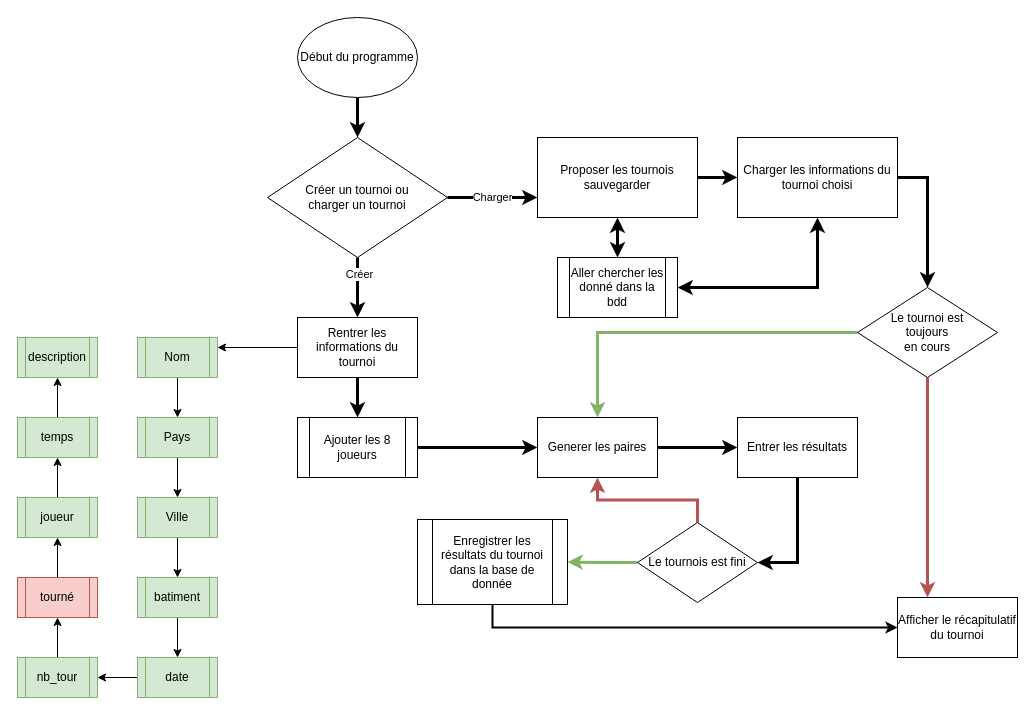
Before: page "diagramme de flux" (2 of 2) of annexe/project_4.drawio in herbetelem/Open_project_4, a draw.io diagram. Source tidied: cells renumbered, new cells numbered last; positions are measured from the earlier drawing's top-left corner, leaving out a move shared by most shapes. Both pictures are drawn from the tidied source at 100%, with x=0, y=0 at pixel (17, 17).
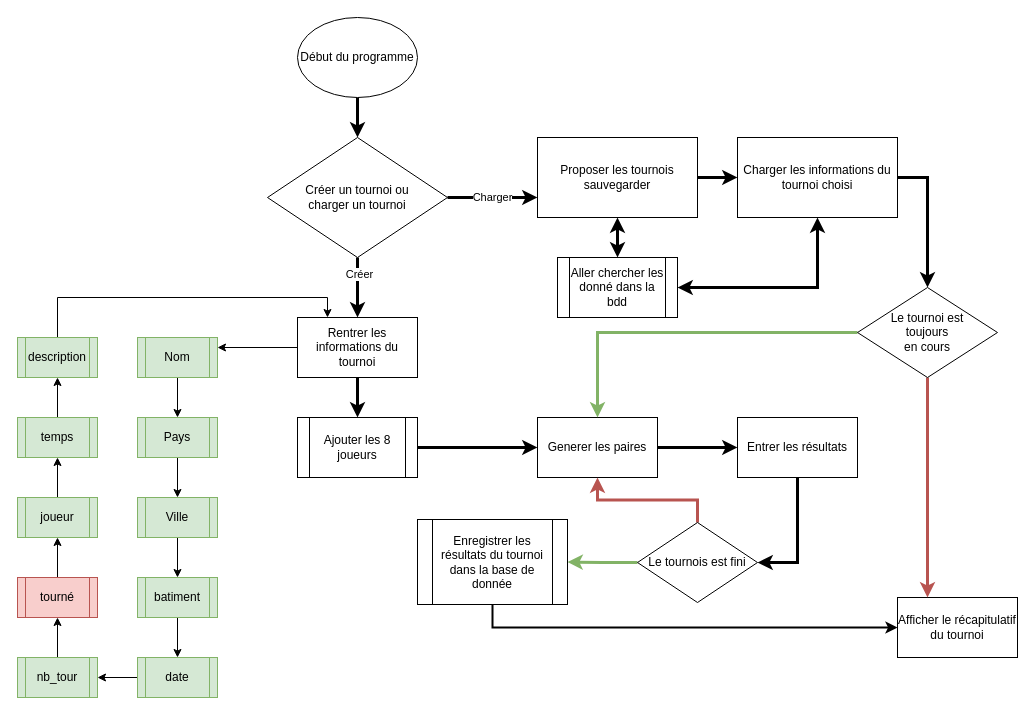
After the change.

Unchanged cells that the change refers to:
```xml
<mxCell id="17" value="Rentrer les informations du tournoi" style="rounded=0;whiteSpace=wrap;html=1;" parent="1" vertex="1">
  <mxGeometry x="280" y="300" width="120" height="60" as="geometry" />
</mxCell>
<mxCell id="51" value="description" style="shape=process;whiteSpace=wrap;html=1;backgroundOutline=1;fillColor=#d5e8d4;strokeColor=#82b366;" parent="1" vertex="1">
  <mxGeometry y="320" width="80" height="40" as="geometry" />
</mxCell>
```

Diff of the diagram source:
```diff
@@
+    <mxCell id="52" style="edgeStyle=orthogonalEdgeStyle;rounded=0;jettySize=auto;html=1;entryX=0.25;entryY=0;entryDx=0;entryDy=0;" parent="1" edge="1" source="51" target="17">
+      <mxGeometry relative="1" as="geometry">
+        <Array as="points">
+          <mxPoint x="40" y="280" />
+          <mxPoint x="310" y="280" />
+        </Array>
+      </mxGeometry>
+    </mxCell>
```
